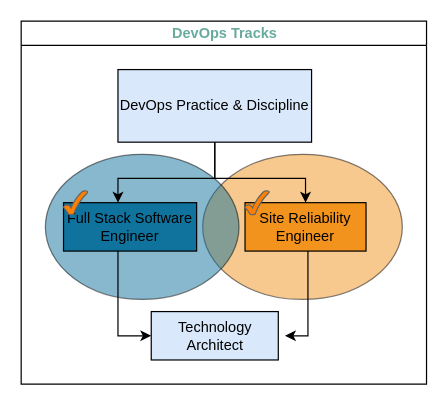
This is page "DO-Tracks" (3 of 8) of design/DevOps_Roadmap.drawio from krdileep/devops-roadmap-drawio, a draw.io file, before an edit. Source tidied: cells renumbered, new cells numbered last; positions are measured from the earlier drawing's top-left corner, leaving out a move shared by most shapes. Both pictures are drawn from the tidied source at 121%, with x=0, y=0 at pixel (21, 21).
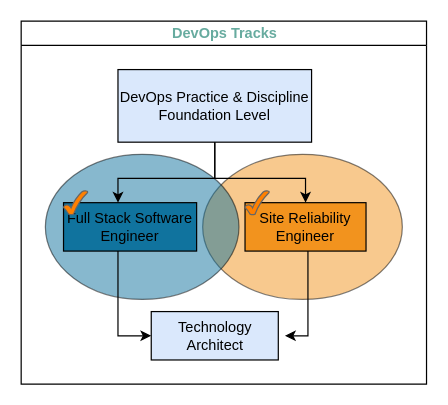
The same page after the edit.

The change refers to these unchanged cells:
```xml
<mxCell id="2" value="DevOps Tracks" style="swimlane;html=1;startSize=20;horizontal=1;horizontalTree=0;containerType=tree;fontColor=#67AB9F;" parent="1" vertex="1">
  <mxGeometry width="335" height="300" as="geometry" />
</mxCell>
```

Diff of the diagram source:
```diff
@@
-    <mxCell id="5" value="DevOps Practice &amp;amp; Discipline" style="whiteSpace=wrap;html=1;fillColor=#DAE8FC;" parent="2" vertex="1">
+    <mxCell id="5" value="DevOps Practice &amp;amp; Discipline&lt;br&gt;Foundation Level" style="whiteSpace=wrap;html=1;fillColor=#DAE8FC;" parent="2" vertex="1">
       <mxGeometry x="80" y="40" width="160" height="60" as="geometry" />
     </mxCell>
```
